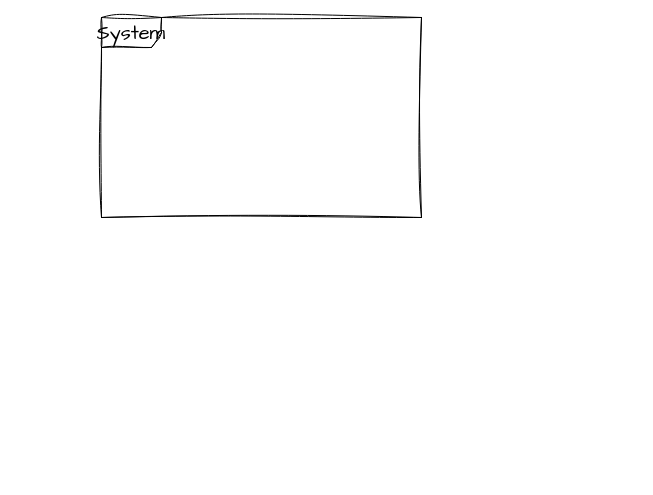
Earlier version of the draw.io diagram draw/1用例图.drawio (gyyst/img). Source tidied: cells renumbered, new cells numbered last; positions are measured from the earlier drawing's top-left corner, leaving out a move shared by most shapes. Both pictures are drawn from the tidied source at 100%, with x=0, y=0 at pixel (101, 17).
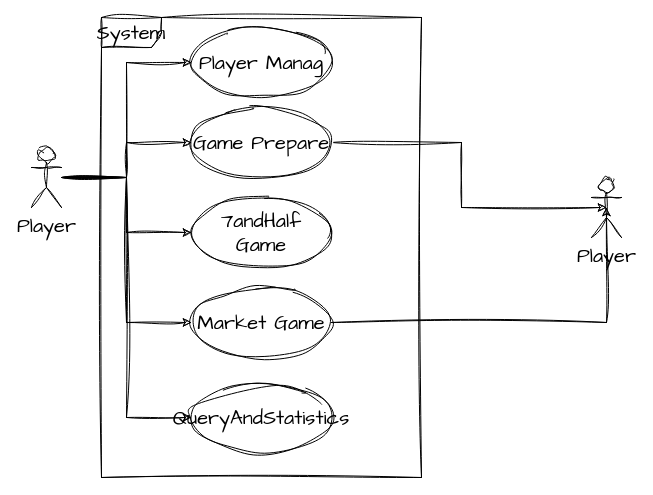
Above is the later version.

Commit message (it also covers changes not shown here):
更新1用例图.drawio

The edit, as a diff of the source:
```diff
@@
 <mxGraphModel>
   <root>
     <mxCell id="0" />
     <mxCell id="1" parent="0" />
     <mxCell id="2" value="System" style="shape=umlFrame;whiteSpace=wrap;html=1;sketch=1;hachureGap=4;jiggle=2;curveFitting=1;fontFamily=Architects Daughter;fontSize=20;" parent="1" vertex="1">
-      <mxGeometry width="320" height="200" as="geometry" />
+      <mxGeometry width="320" height="460" as="geometry" />
     </mxCell>
+    <mxCell id="3" value="Player Manag" style="ellipse;whiteSpace=wrap;html=1;sketch=1;hachureGap=4;jiggle=2;curveFitting=1;fontFamily=Architects Daughter;fontSize=20;" parent="1" vertex="1">
+      <mxGeometry x="90" y="10" width="140" height="70" as="geometry" />
+    </mxCell>
+    <mxCell id="4" style="edgeStyle=orthogonalEdgeStyle;rounded=0;sketch=1;hachureGap=4;jiggle=2;curveFitting=1;jettySize=auto;html=1;entryX=0.5;entryY=0.5;entryDx=0;entryDy=0;entryPerimeter=0;fontFamily=Architects Daughter;fontSize=16;" parent="1" edge="1" source="5" target="16">
+      <mxGeometry relative="1" as="geometry" />
+    </mxCell>
+    <mxCell id="5" value="Game Prepare" style="ellipse;whiteSpace=wrap;html=1;sketch=1;hachureGap=4;jiggle=2;curveFitting=1;fontFamily=Architects Daughter;fontSize=20;" parent="1" vertex="1">
+      <mxGeometry x="90" y="90" width="140" height="70" as="geometry" />
+    </mxCell>
+    <mxCell id="6" value="7andHalf Game" style="ellipse;whiteSpace=wrap;html=1;sketch=1;hachureGap=4;jiggle=2;curveFitting=1;fontFamily=Architects Daughter;fontSize=20;" parent="1" vertex="1">
+      <mxGeometry x="90" y="180" width="140" height="70" as="geometry" />
+    </mxCell>
+    <mxCell id="7" style="edgeStyle=orthogonalEdgeStyle;rounded=0;sketch=1;hachureGap=4;jiggle=2;curveFitting=1;jettySize=auto;html=1;entryX=0.5;entryY=0.5;entryDx=0;entryDy=0;entryPerimeter=0;fontFamily=Architects Daughter;fontSize=16;" parent="1" edge="1" source="8" target="16">
+      <mxGeometry relative="1" as="geometry" />
+    </mxCell>
+    <mxCell id="8" value="Market Game" style="ellipse;whiteSpace=wrap;html=1;sketch=1;hachureGap=4;jiggle=2;curveFitting=1;fontFamily=Architects Daughter;fontSize=20;" parent="1" vertex="1">
+      <mxGeometry x="90" y="270" width="140" height="70" as="geometry" />
+    </mxCell>
+    <mxCell id="9" value="QueryAndStatistics" style="ellipse;whiteSpace=wrap;html=1;sketch=1;hachureGap=4;jiggle=2;curveFitting=1;fontFamily=Architects Daughter;fontSize=20;" parent="1" vertex="1">
+      <mxGeometry x="90" y="365" width="140" height="70" as="geometry" />
+    </mxCell>
+    <mxCell id="10" style="edgeStyle=orthogonalEdgeStyle;rounded=0;sketch=1;hachureGap=4;jiggle=2;curveFitting=1;jettySize=auto;html=1;entryX=0;entryY=0.5;entryDx=0;entryDy=0;fontFamily=Architects Daughter;fontSize=16;" parent="1" edge="1" source="15" target="3">
+      <mxGeometry relative="1" as="geometry" />
+    </mxCell>
+    <mxCell id="11" style="edgeStyle=orthogonalEdgeStyle;rounded=0;sketch=1;hachureGap=4;jiggle=2;curveFitting=1;jettySize=auto;html=1;entryX=0;entryY=0.5;entryDx=0;entryDy=0;fontFamily=Architects Daughter;fontSize=16;" parent="1" edge="1" source="15" target="5">
+      <mxGeometry relative="1" as="geometry" />
+    </mxCell>
+    <mxCell id="12" style="edgeStyle=orthogonalEdgeStyle;rounded=0;sketch=1;hachureGap=4;jiggle=2;curveFitting=1;jettySize=auto;html=1;entryX=0;entryY=0.5;entryDx=0;entryDy=0;fontFamily=Architects Daughter;fontSize=16;" parent="1" edge="1" source="15" target="6">
+      <mxGeometry relative="1" as="geometry" />
+    </mxCell>
+    <mxCell id="13" style="edgeStyle=orthogonalEdgeStyle;rounded=0;sketch=1;hachureGap=4;jiggle=2;curveFitting=1;jettySize=auto;html=1;entryX=0;entryY=0.5;entryDx=0;entryDy=0;fontFamily=Architects Daughter;fontSize=16;" parent="1" edge="1" source="15" target="8">
+      <mxGeometry relative="1" as="geometry" />
+    </mxCell>
+    <mxCell id="14" style="edgeStyle=orthogonalEdgeStyle;rounded=0;sketch=1;hachureGap=4;jiggle=2;curveFitting=1;jettySize=auto;html=1;entryX=0;entryY=0.5;entryDx=0;entryDy=0;fontFamily=Architects Daughter;fontSize=16;" parent="1" edge="1" source="15" target="9">
+      <mxGeometry relative="1" as="geometry" />
+    </mxCell>
+    <mxCell id="15" value="Player" style="shape=umlActor;verticalLabelPosition=bottom;verticalAlign=top;html=1;sketch=1;hachureGap=4;jiggle=2;curveFitting=1;fontFamily=Architects Daughter;fontSize=20;" parent="1" vertex="1">
+      <mxGeometry x="-70" y="130" width="30" height="60" as="geometry" />
+    </mxCell>
+    <mxCell id="16" value="Player" style="shape=umlActor;verticalLabelPosition=bottom;verticalAlign=top;html=1;sketch=1;hachureGap=4;jiggle=2;curveFitting=1;fontFamily=Architects Daughter;fontSize=20;" parent="1" vertex="1">
+      <mxGeometry x="490" y="160" width="30" height="60" as="geometry" />
+    </mxCell>
   </root>
 </mxGraphModel>
```
